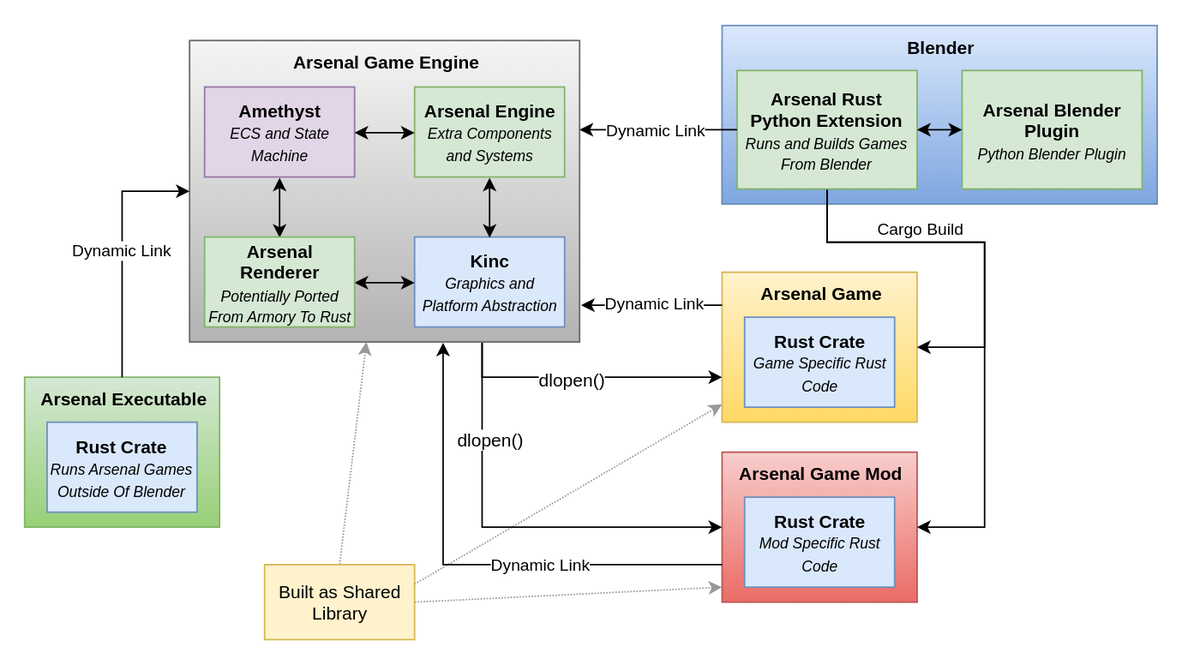
katharostech/arsenal keeps this draw.io diagram as book/assets/arsenalArchitecture.svg. Above is the earlier version. Source tidied: cells renumbered, new cells last; positions are measured from the earlier drawing's top-left corner, leaving out a move shared by most shapes.
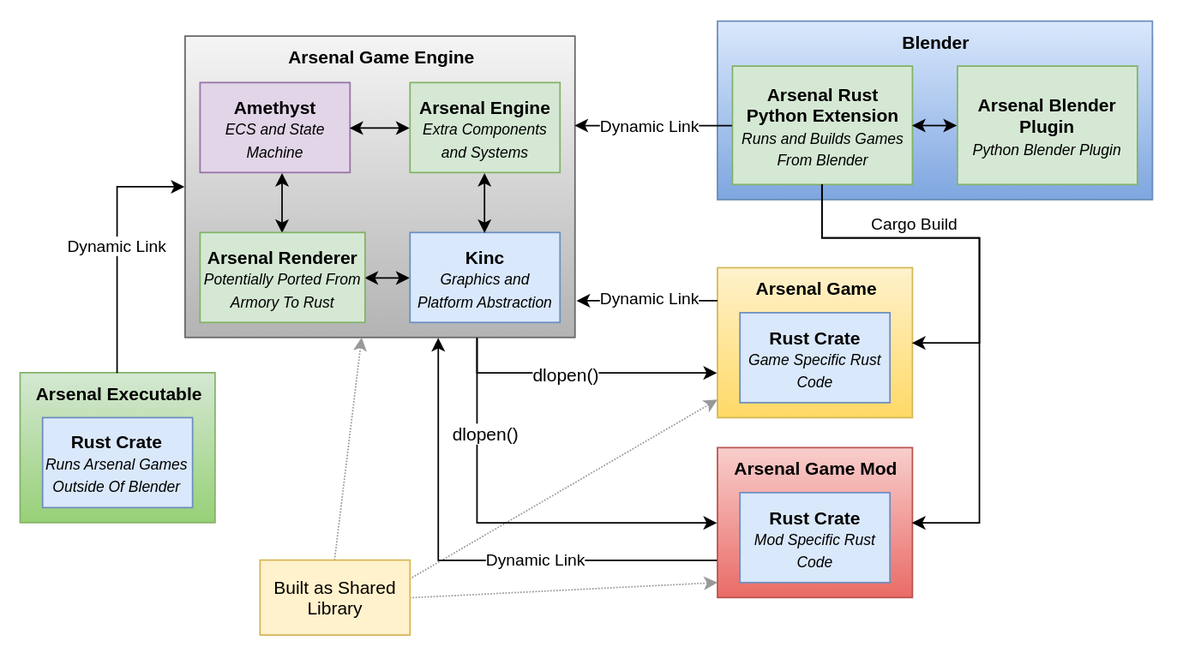
After the change.

Commit message:
Fix Text Getting Cut Off in Architecture Diagram

Change to the diagram source:
```diff
@@ -2,11 +2,8 @@
   <root>
     <mxCell id="0" />
     <mxCell id="1" parent="0" />
-    <mxCell id="2" style="group;" parent="1" vertex="1">
-      <mxGeometry y="9.5" width="755" height="399.5" as="geometry" />
-    </mxCell>
-    <mxCell id="3" style="group;" parent="2" vertex="1">
-      <mxGeometry x="110" width="260" height="201" as="geometry" />
+    <mxCell id="3" style="group;" parent="1" vertex="1">
+      <mxGeometry x="110" y="9.5" width="260" height="201" as="geometry" />
     </mxCell>
     <mxCell id="4" value="&lt;b&gt;Arsenal Game Engine&lt;/b&gt;&lt;br&gt;" style="rounded=0;whiteSpace=wrap;html=1;fillColor=#f5f5f5;strokeColor=#666666;verticalAlign=top;align=center;gradientColor=#b3b3b3;" parent="3" vertex="1">
       <mxGeometry width="260" height="201" as="geometry" />
@@ -26,17 +23,19 @@
     <mxCell id="9" style="edgeStyle=orthogonalEdgeStyle;rounded=0;html=1;exitX=1;exitY=0.5;entryX=0;entryY=0.5;jettySize=auto;fontSize=9;startArrow=classic;startFill=1;" parent="3" edge="1" source="6" target="8">
       <mxGeometry relative="1" as="geometry" />
     </mxCell>
-    <mxCell id="10" style="edgeStyle=orthogonalEdgeStyle;rounded=0;html=1;exitX=0.5;exitY=0;entryX=0.5;entryY=1;startArrow=classic;startFill=1;jettySize=auto;fontSize=9;" parent="3" edge="1" source="12" target="6">
-      <mxGeometry relative="1" as="geometry" />
+    <mxCell id="10" style="edgeStyle=orthogonalEdgeStyle;rounded=0;html=1;exitX=0.5;exitY=0;startArrow=classic;startFill=1;jettySize=auto;fontSize=9;" parent="3" edge="1" source="12">
+      <mxGeometry relative="1" as="geometry">
+        <mxPoint x="65" y="91.5" as="targetPoint" />
+      </mxGeometry>
     </mxCell>
     <mxCell id="11" style="edgeStyle=orthogonalEdgeStyle;rounded=0;html=1;exitX=1;exitY=0.5;entryX=0;entryY=0.5;startArrow=classic;startFill=1;jettySize=auto;fontSize=9;" parent="3" edge="1" source="12" target="5">
       <mxGeometry relative="1" as="geometry" />
     </mxCell>
     <mxCell id="12" value="&lt;b&gt;Arsenal Renderer&lt;br&gt;&lt;/b&gt;&lt;font style=&quot;font-size: 10px&quot;&gt;&lt;i&gt;Potentially Ported From Armory To Rust&lt;/i&gt;&lt;/font&gt;&lt;br style=&quot;font-size: 9px&quot;&gt;" style="rounded=0;whiteSpace=wrap;html=1;align=center;fillColor=#d5e8d4;strokeColor=#82b366;" parent="3" vertex="1">
-      <mxGeometry x="10" y="131" width="100" height="60" as="geometry" />
+      <mxGeometry x="10" y="131" width="110" height="60" as="geometry" />
     </mxCell>
-    <mxCell id="13" style="group;fillColor=#d5e8d4;strokeColor=#82b366;" parent="2" vertex="1">
-      <mxGeometry x="465" width="290" height="109" as="geometry" />
+    <mxCell id="13" style="group;fillColor=#d5e8d4;strokeColor=#82b366;" parent="1" vertex="1">
+      <mxGeometry x="465" y="9.5" width="290" height="109" as="geometry" />
     </mxCell>
     <mxCell id="14" value="&lt;b&gt;Blender&lt;/b&gt;" style="rounded=0;whiteSpace=wrap;html=1;align=center;verticalAlign=top;fillColor=#dae8fc;strokeColor=#6c8ebf;gradientColor=#7ea6e0;" parent="13" vertex="1">
       <mxGeometry y="-10" width="290" height="119" as="geometry" />
@@ -50,11 +49,11 @@
     <mxCell id="17" style="edgeStyle=orthogonalEdgeStyle;rounded=0;html=1;exitX=1;exitY=0.5;entryX=0;entryY=0.5;startArrow=classic;startFill=1;jettySize=auto;fontSize=9;" parent="13" edge="1" source="15" target="16">
       <mxGeometry relative="1" as="geometry" />
     </mxCell>
-    <mxCell id="18" style="edgeStyle=orthogonalEdgeStyle;rounded=0;html=1;exitX=0;exitY=0.5;startArrow=none;startFill=0;jettySize=auto;fontSize=9;" parent="2" edge="1" source="15">
+    <mxCell id="18" style="edgeStyle=orthogonalEdgeStyle;rounded=0;html=1;exitX=0;exitY=0.5;startArrow=none;startFill=0;jettySize=auto;fontSize=9;" parent="1" edge="1" source="15">
       <mxGeometry relative="1" as="geometry">
-        <mxPoint x="370" y="59.5" as="targetPoint" />
+        <mxPoint x="370" y="69" as="targetPoint" />
         <Array as="points">
-          <mxPoint x="370" y="59.5" />
+          <mxPoint x="370" y="69" />
         </Array>
       </mxGeometry>
     </mxCell>
@@ -63,8 +62,8 @@
         <mxPoint x="10.5" y="-2.5" as="offset" />
       </mxGeometry>
     </mxCell>
-    <mxCell id="20" style="group;" parent="2" vertex="1">
-      <mxGeometry x="465" y="154.5" width="130" height="100" as="geometry" />
+    <mxCell id="20" style="group;" parent="1" vertex="1">
+      <mxGeometry x="465" y="164" width="130" height="100" as="geometry" />
     </mxCell>
     <mxCell id="21" value="&lt;font style=&quot;font-size: 12px&quot;&gt;&lt;b&gt;Arsenal Game&lt;/b&gt;&lt;/font&gt;" style="rounded=0;whiteSpace=wrap;html=1;labelBackgroundColor=none;fillColor=#fff2cc;fontSize=9;align=center;strokeColor=#d6b656;gradientColor=#ffd966;verticalAlign=top;" parent="20" vertex="1">
       <mxGeometry width="130" height="100" as="geometry" />
@@ -72,12 +71,12 @@
     <mxCell id="22" value="&lt;b&gt;Rust Crate&lt;/b&gt;&lt;br style=&quot;font-size: 9px&quot;&gt;&lt;font size=&quot;1&quot;&gt;&lt;i&gt;Game Specific Rust Code&lt;/i&gt;&lt;/font&gt;&lt;br style=&quot;font-size: 9px&quot;&gt;" style="rounded=0;whiteSpace=wrap;html=1;align=center;fillColor=#dae8fc;strokeColor=#6c8ebf;" parent="20" vertex="1">
       <mxGeometry x="15" y="30" width="100" height="60" as="geometry" />
     </mxCell>
-    <mxCell id="23" style="edgeStyle=orthogonalEdgeStyle;rounded=0;html=1;exitX=0.5;exitY=1;startArrow=none;startFill=0;jettySize=auto;fontSize=9;entryX=1;entryY=0.5;" parent="2" edge="1" source="15" target="21">
+    <mxCell id="23" style="edgeStyle=orthogonalEdgeStyle;rounded=0;html=1;exitX=0.5;exitY=1;startArrow=none;startFill=0;jettySize=auto;fontSize=9;entryX=1;entryY=0.5;" parent="1" edge="1" source="15" target="21">
       <mxGeometry relative="1" as="geometry">
         <Array as="points">
-          <mxPoint x="535" y="134.5" />
-          <mxPoint x="640" y="134.5" />
-          <mxPoint x="640" y="204.5" />
+          <mxPoint x="535" y="144" />
+          <mxPoint x="640" y="144" />
+          <mxPoint x="640" y="214" />
         </Array>
       </mxGeometry>
     </mxCell>
@@ -86,8 +85,8 @@
         <mxPoint x="3.5" y="-10" as="offset" />
       </mxGeometry>
     </mxCell>
-    <mxCell id="25" style="group;" parent="2" vertex="1">
-      <mxGeometry x="465" y="274.5" width="130" height="100" as="geometry" />
+    <mxCell id="25" style="group;" parent="1" vertex="1">
+      <mxGeometry x="465" y="284" width="130" height="100" as="geometry" />
     </mxCell>
     <mxCell id="26" value="&lt;span style=&quot;font-size: 12px&quot;&gt;&lt;b&gt;Arsenal Game Mod&lt;/b&gt;&lt;/span&gt;" style="rounded=0;whiteSpace=wrap;html=1;labelBackgroundColor=none;fillColor=#f8cecc;fontSize=9;align=center;strokeColor=#b85450;gradientColor=#ea6b66;verticalAlign=top;" parent="25" vertex="1">
       <mxGeometry width="130" height="100" as="geometry" />
@@ -95,21 +94,21 @@
     <mxCell id="27" value="&lt;b&gt;Rust Crate&lt;/b&gt;&lt;br style=&quot;font-size: 9px&quot;&gt;&lt;font size=&quot;1&quot;&gt;&lt;i&gt;Mod Specific Rust Code&lt;/i&gt;&lt;/font&gt;&lt;br style=&quot;font-size: 9px&quot;&gt;" style="rounded=0;whiteSpace=wrap;html=1;align=center;fillColor=#dae8fc;strokeColor=#6c8ebf;" parent="25" vertex="1">
       <mxGeometry x="15" y="30" width="100" height="60" as="geometry" />
     </mxCell>
-    <mxCell id="28" style="rounded=0;html=1;exitX=0.5;exitY=0;startArrow=none;startFill=0;jettySize=auto;fontSize=9;dashed=1;dashPattern=1 1;strokeColor=#999999;" parent="2" edge="1" source="31" target="4">
+    <mxCell id="28" style="rounded=0;html=1;exitX=0.5;exitY=0;startArrow=none;startFill=0;jettySize=auto;fontSize=9;dashed=1;dashPattern=1 1;strokeColor=#999999;" parent="1" edge="1" source="31" target="4">
       <mxGeometry relative="1" as="geometry" />
     </mxCell>
-    <mxCell id="29" style="edgeStyle=none;rounded=0;html=1;exitX=1;exitY=0.5;startArrow=none;startFill=0;jettySize=auto;fontSize=9;dashed=1;dashPattern=1 1;strokeColor=#999999;" parent="2" edge="1" source="31">
+    <mxCell id="29" style="edgeStyle=none;rounded=0;html=1;exitX=1;exitY=0.5;startArrow=none;startFill=0;jettySize=auto;fontSize=9;dashed=1;dashPattern=1 1;strokeColor=#999999;" parent="1" edge="1" source="31">
       <mxGeometry relative="1" as="geometry">
-        <mxPoint x="465" y="364.5" as="targetPoint" />
+        <mxPoint x="465" y="374" as="targetPoint" />
       </mxGeometry>
     </mxCell>
-    <mxCell id="30" style="rounded=0;html=1;exitX=1;exitY=0.25;startArrow=none;startFill=0;jettySize=auto;fontSize=9;dashed=1;dashPattern=1 1;strokeColor=#999999;" parent="2" edge="1" source="31" target="21">
+    <mxCell id="30" style="rounded=0;html=1;exitX=1;exitY=0.25;startArrow=none;startFill=0;jettySize=auto;fontSize=9;dashed=1;dashPattern=1 1;strokeColor=#999999;" parent="1" edge="1" source="31" target="21">
       <mxGeometry relative="1" as="geometry" />
     </mxCell>
-    <mxCell id="31" value="&lt;font style=&quot;font-size: 12px&quot;&gt;Built as Shared Library&lt;/font&gt;" style="rounded=0;whiteSpace=wrap;html=1;labelBackgroundColor=none;fillColor=#fff2cc;fontSize=9;align=center;strokeColor=#d6b656;" parent="2" vertex="1">
-      <mxGeometry x="160" y="349.5" width="100" height="50" as="geometry" />
+    <mxCell id="31" value="&lt;font style=&quot;font-size: 12px&quot;&gt;Built as Shared Library&lt;/font&gt;" style="rounded=0;whiteSpace=wrap;html=1;labelBackgroundColor=none;fillColor=#fff2cc;fontSize=9;align=center;strokeColor=#d6b656;" parent="1" vertex="1">
+      <mxGeometry x="160" y="359" width="100" height="50" as="geometry" />
     </mxCell>
-    <mxCell id="32" style="edgeStyle=orthogonalEdgeStyle;rounded=0;html=1;exitX=0.75;exitY=1;entryX=0;entryY=0.5;startArrow=none;startFill=0;jettySize=auto;fontSize=9;" parent="2" edge="1" source="4" target="26">
+    <mxCell id="32" style="edgeStyle=orthogonalEdgeStyle;rounded=0;html=1;exitX=0.75;exitY=1;entryX=0;entryY=0.5;startArrow=none;startFill=0;jettySize=auto;fontSize=9;" parent="1" edge="1" source="4" target="26">
       <mxGeometry relative="1" as="geometry" />
     </mxCell>
     <mxCell id="33" value="&lt;font style=&quot;font-size: 12px&quot;&gt;dlopen()&lt;/font&gt;" style="text;html=1;align=center;verticalAlign=middle;labelBackgroundColor=#ffffff;fontSize=9;" parent="32" vertex="1">
@@ -117,21 +116,21 @@
         <mxPoint x="-32.5" y="-57.5" as="offset" />
       </mxGeometry>
     </mxCell>
-    <mxCell id="34" style="edgeStyle=orthogonalEdgeStyle;rounded=0;html=1;exitX=0.5;exitY=1;startArrow=none;startFill=0;jettySize=auto;fontSize=9;entryX=1;entryY=0.5;" parent="2" edge="1" source="15" target="26">
+    <mxCell id="34" style="edgeStyle=orthogonalEdgeStyle;rounded=0;html=1;exitX=0.5;exitY=1;startArrow=none;startFill=0;jettySize=auto;fontSize=9;entryX=1;entryY=0.5;" parent="1" edge="1" source="15" target="26">
       <mxGeometry relative="1" as="geometry">
         <Array as="points">
-          <mxPoint x="535" y="134.5" />
-          <mxPoint x="640" y="134.5" />
-          <mxPoint x="640" y="324.5" />
+          <mxPoint x="535" y="144" />
+          <mxPoint x="640" y="144" />
+          <mxPoint x="640" y="334" />
         </Array>
       </mxGeometry>
     </mxCell>
-    <mxCell id="35" style="edgeStyle=orthogonalEdgeStyle;rounded=0;html=1;exitX=0.75;exitY=1;startArrow=none;startFill=0;jettySize=auto;fontSize=9;" parent="2" edge="1" source="4">
+    <mxCell id="35" style="edgeStyle=orthogonalEdgeStyle;rounded=0;html=1;exitX=0.75;exitY=1;startArrow=none;startFill=0;jettySize=auto;fontSize=9;" parent="1" edge="1" source="4">
       <mxGeometry relative="1" as="geometry">
-        <mxPoint x="465" y="224.5" as="targetPoint" />
+        <mxPoint x="465" y="234" as="targetPoint" />
         <Array as="points">
-          <mxPoint x="305" y="224.5" />
-          <mxPoint x="465" y="224.5" />
+          <mxPoint x="305" y="234" />
+          <mxPoint x="465" y="234" />
         </Array>
       </mxGeometry>
     </mxCell>
@@ -140,8 +139,8 @@
         <mxPoint x="28.5" y="0.5" as="offset" />
       </mxGeometry>
     </mxCell>
-    <mxCell id="37" style="group;" parent="2" vertex="1">
-      <mxGeometry y="224.5" width="130" height="100" as="geometry" />
+    <mxCell id="37" style="group;" parent="1" vertex="1">
+      <mxGeometry y="234" width="130" height="100" as="geometry" />
     </mxCell>
     <mxCell id="38" value="&lt;span style=&quot;font-size: 12px&quot;&gt;&lt;b&gt;Arsenal Executable&lt;/b&gt;&lt;/span&gt;" style="rounded=0;whiteSpace=wrap;html=1;labelBackgroundColor=none;fillColor=#d5e8d4;fontSize=9;align=center;strokeColor=#82b366;verticalAlign=top;gradientColor=#97d077;" parent="37" vertex="1">
       <mxGeometry width="130" height="100" as="geometry" />
@@ -149,13 +148,13 @@
     <mxCell id="39" value="&lt;b&gt;Rust Crate&lt;/b&gt;&lt;br style=&quot;font-size: 9px&quot;&gt;&lt;font size=&quot;1&quot;&gt;&lt;i&gt;Runs Arsenal Games Outside Of Blender&lt;/i&gt;&lt;/font&gt;&lt;br style=&quot;font-size: 9px&quot;&gt;" style="rounded=0;whiteSpace=wrap;html=1;align=center;fillColor=#dae8fc;strokeColor=#6c8ebf;" parent="37" vertex="1">
       <mxGeometry x="15" y="30" width="100" height="60" as="geometry" />
     </mxCell>
-    <mxCell id="40" value="&lt;font style=&quot;font-size: 11px&quot;&gt;Dynamic Link&lt;/font&gt;" style="edgeStyle=orthogonalEdgeStyle;rounded=0;html=1;exitX=0.5;exitY=0;entryX=0;entryY=0.5;startArrow=none;startFill=0;jettySize=auto;fontSize=9;" parent="2" edge="1" source="38" target="4">
+    <mxCell id="40" value="&lt;font style=&quot;font-size: 11px&quot;&gt;Dynamic Link&lt;/font&gt;" style="edgeStyle=orthogonalEdgeStyle;rounded=0;html=1;exitX=0.5;exitY=0;entryX=0;entryY=0.5;startArrow=none;startFill=0;jettySize=auto;fontSize=9;" parent="1" edge="1" source="38" target="4">
       <mxGeometry relative="1" as="geometry" />
     </mxCell>
-    <mxCell id="41" style="edgeStyle=orthogonalEdgeStyle;rounded=0;html=1;startArrow=none;startFill=0;jettySize=auto;orthogonalLoop=1;fontSize=9;" parent="2" edge="1">
+    <mxCell id="41" style="edgeStyle=orthogonalEdgeStyle;rounded=0;html=1;startArrow=none;startFill=0;jettySize=auto;orthogonalLoop=1;fontSize=9;" parent="1" edge="1">
       <mxGeometry relative="1" as="geometry">
-        <mxPoint x="465" y="176.5" as="sourcePoint" />
-        <mxPoint x="371" y="176.5" as="targetPoint" />
+        <mxPoint x="465" y="186" as="sourcePoint" />
+        <mxPoint x="371" y="186" as="targetPoint" />
       </mxGeometry>
     </mxCell>
     <mxCell id="42" value="&lt;font style=&quot;font-size: 11px&quot;&gt;Dynamic Link&lt;/font&gt;" style="text;html=1;align=center;verticalAlign=middle;labelBackgroundColor=#ffffff;fontSize=9;" parent="41" vertex="1">
@@ -163,7 +162,7 @@
         <mxPoint x="14.5" y="-1" as="offset" />
       </mxGeometry>
     </mxCell>
-    <mxCell id="43" style="edgeStyle=orthogonalEdgeStyle;rounded=0;html=1;exitX=0;exitY=0.75;entryX=0.649;entryY=1.002;entryPerimeter=0;startArrow=none;startFill=0;jettySize=auto;fontSize=9;" parent="2" edge="1" source="26" target="4">
+    <mxCell id="43" style="edgeStyle=orthogonalEdgeStyle;rounded=0;html=1;exitX=0;exitY=0.75;entryX=0.649;entryY=1.002;entryPerimeter=0;startArrow=none;startFill=0;jettySize=auto;fontSize=9;" parent="1" edge="1" source="26" target="4">
       <mxGeometry relative="1" as="geometry" />
     </mxCell>
     <mxCell id="44" value="&lt;font style=&quot;font-size: 11px&quot;&gt;Dynamic Link&lt;/font&gt;" style="text;html=1;align=center;verticalAlign=middle;labelBackgroundColor=#ffffff;fontSize=9;" parent="43" vertex="1">
```
